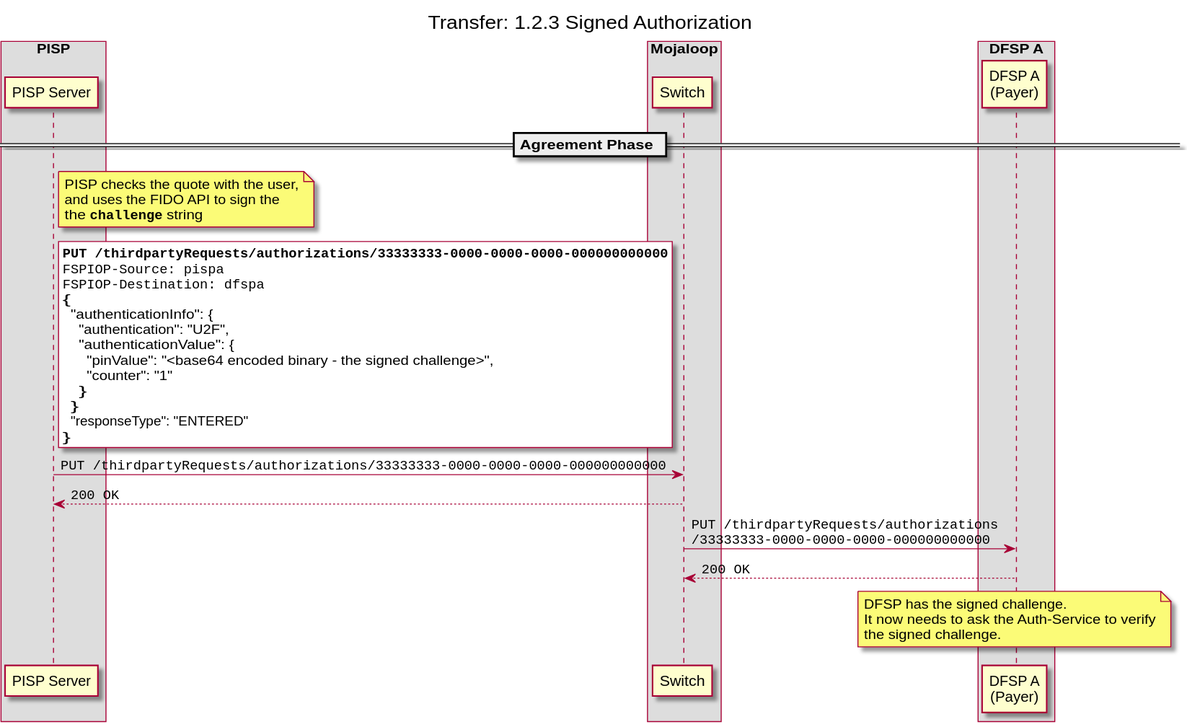
mojaloop/pisp-project keeps this PlantUML diagram as docs/out/transfer/1-2-3-signed-authorization.svg. Above is the earlier version. Its source is kept beside it as docs/transfer/1-2-3-signed-authorization.puml.
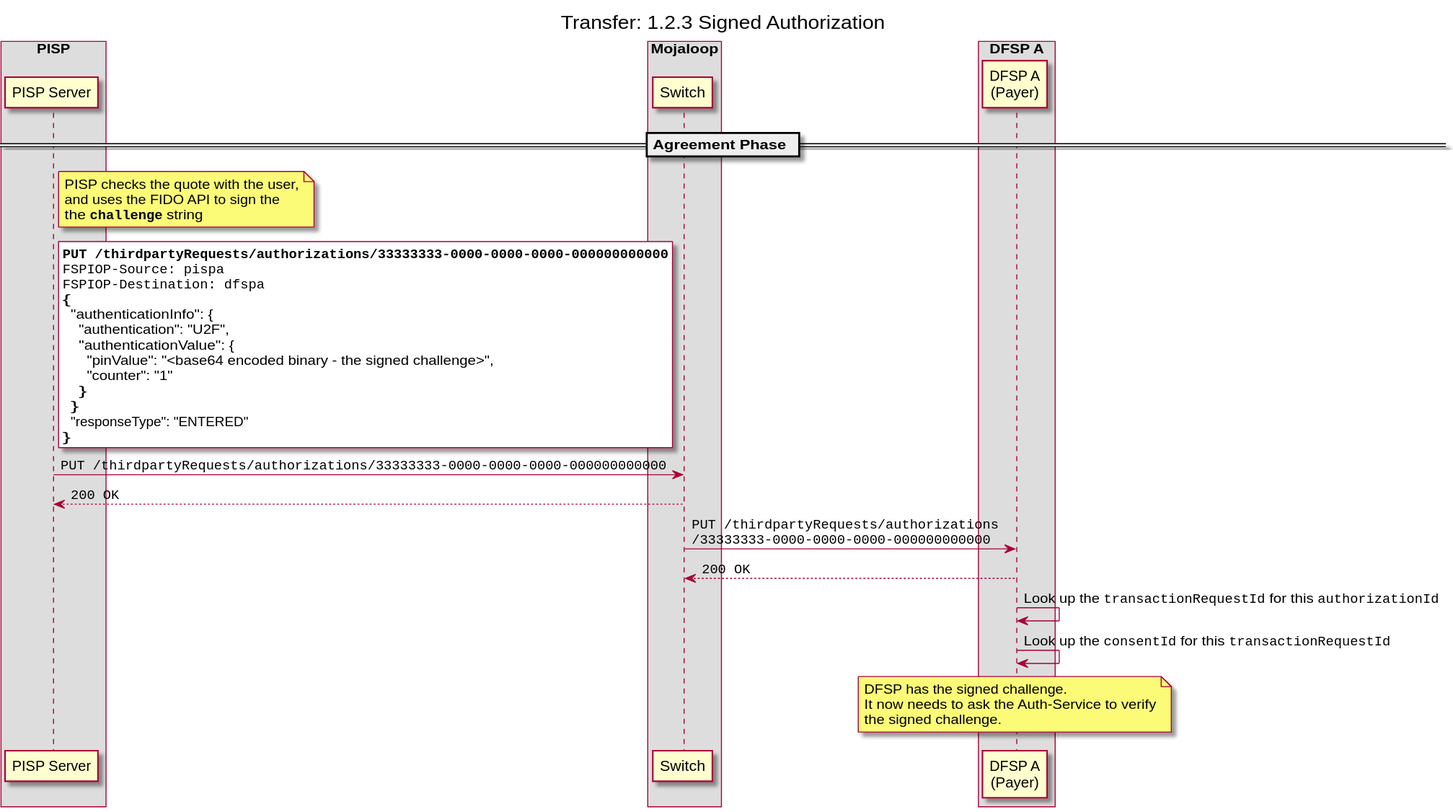
After the change.

The edit, as a diff of the source:
```diff
@@ -39,6 +39,9 @@
 S -> D2: ""PUT /thirdpartyRequests/authorizations""\n""/33333333-0000-0000-0000-000000000000""
 D2 --> S: ""200 OK""
 
+D2 -> D2: Look up the ""transactionRequestId"" for this ""authorizationId""
+D2 -> D2: Look up the ""consentId"" for this ""transactionRequestId""
+
 note over D2
   DFSP has the signed challenge.
   It now needs to ask the Auth-Service to verify
```
